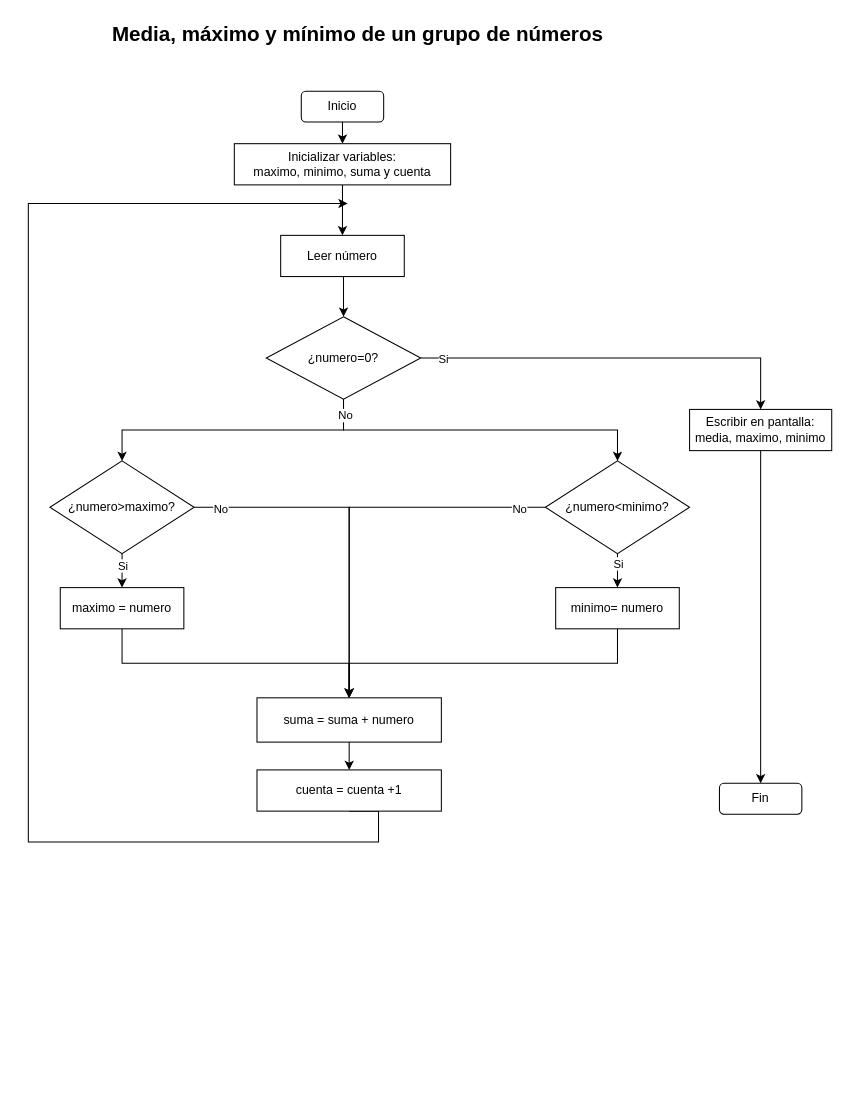
This is 01.-Introducción a la programacion/media_maximo_minimo.drawio from jesgargardon/Ejercicios_Java, a draw.io file, before an edit. Source tidied: cells renumbered, new cells numbered last; positions are measured from the earlier drawing's top-left corner, leaving out a move shared by most shapes. Both pictures are drawn from the tidied source at 103%, with x=0, y=0 at pixel (18, 18).
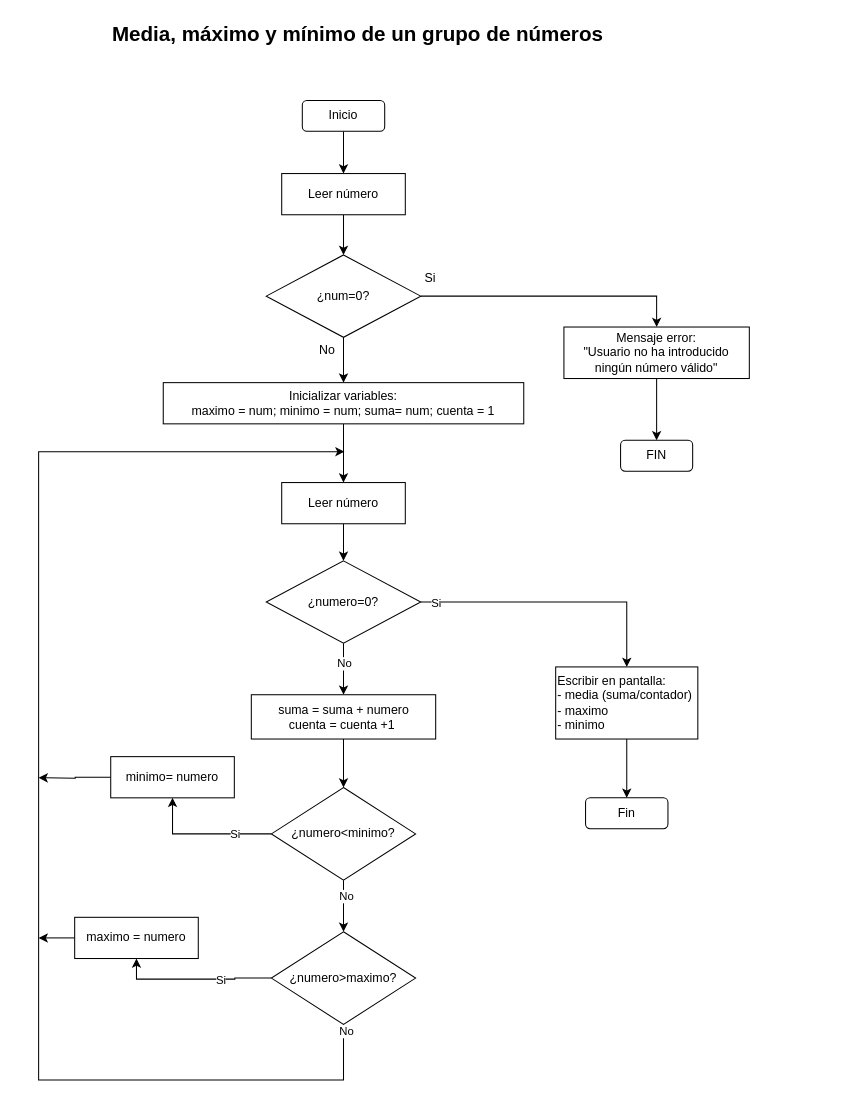
The same diagram, later.

What changed in the source:
```diff
@@
-    <mxCell id="2" style="edgeStyle=orthogonalEdgeStyle;rounded=0;jettySize=auto;html=1;exitX=0.5;exitY=1;exitDx=0;exitDy=0;entryX=0.5;entryY=0;entryDx=0;entryDy=0;" parent="1" edge="1" source="3" target="5">
+    <mxCell id="2" style="edgeStyle=orthogonalEdgeStyle;rounded=0;jettySize=auto;html=1;exitX=0.5;exitY=1;exitDx=0;exitDy=0;entryX=0.5;entryY=0;entryDx=0;entryDy=0;" parent="1" edge="1" source="3" target="47">
       <mxGeometry relative="1" as="geometry" />
     </mxCell>
     <mxCell id="3" value="Inicio" style="rounded=1;whiteSpace=wrap;html=1;" parent="1" vertex="1">
-      <mxGeometry x="275" y="71" width="80" height="30" as="geometry" />
+      <mxGeometry x="276" y="80" width="80" height="30" as="geometry" />
     </mxCell>
@@
+    <mxCell id="36" style="edgeStyle=orthogonalEdgeStyle;rounded=0;jettySize=auto;html=1;exitX=0.5;exitY=1;exitDx=0;exitDy=0;" parent="1" edge="1" source="47" target="46">
+      <mxGeometry relative="1" as="geometry" />
+    </mxCell>
-    <mxCell id="5" value="Inicializar variables:&lt;div&gt;maximo, minimo, suma y cuenta&lt;/div&gt;" style="rounded=0;whiteSpace=wrap;html=1;" parent="1" vertex="1">
-      <mxGeometry x="210" y="122" width="210" height="40" as="geometry" />
+    <mxCell id="5" value="Inicializar variables:&lt;div&gt;maximo = num; minimo = num; suma= num; cuenta = 1&lt;/div&gt;" style="rounded=0;whiteSpace=wrap;html=1;" parent="1" vertex="1">
+      <mxGeometry x="141" y="354" width="350" height="40" as="geometry" />
     </mxCell>
@@
     <mxCell id="7" value="Leer número" style="rounded=0;whiteSpace=wrap;html=1;" parent="1" vertex="1">
-      <mxGeometry x="255" y="211" width="120" height="40" as="geometry" />
+      <mxGeometry x="256" y="451" width="120" height="40" as="geometry" />
     </mxCell>
@@
-    <mxCell id="9" style="edgeStyle=orthogonalEdgeStyle;rounded=0;jettySize=auto;html=1;exitX=0.5;exitY=1;exitDx=0;exitDy=0;entryX=0.5;entryY=0;entryDx=0;entryDy=0;" parent="1" edge="1" source="14" target="19">
-      <mxGeometry relative="1" as="geometry" />
-    </mxCell>
-    <mxCell id="10" style="edgeStyle=orthogonalEdgeStyle;rounded=0;jettySize=auto;html=1;exitX=0.5;exitY=1;exitDx=0;exitDy=0;entryX=0.5;entryY=0;entryDx=0;entryDy=0;" parent="1" edge="1" source="14" target="24">
+    <mxCell id="10" style="edgeStyle=orthogonalEdgeStyle;rounded=0;jettySize=auto;html=1;exitX=0.5;exitY=1;exitDx=0;exitDy=0;entryX=0.5;entryY=0;entryDx=0;entryDy=0;" parent="1" edge="1" source="14" target="31">
       <mxGeometry relative="1" as="geometry" />
     </mxCell>
     <mxCell id="11" value="No" style="edgeLabel;html=1;align=center;verticalAlign=middle;" parent="10" vertex="1">
-      <mxGeometry x="-0.91" y="1" relative="1" as="geometry" />
+      <mxGeometry x="-0.91" y="1" relative="1" as="geometry">
+        <mxPoint x="-1" y="17" as="offset" />
+      </mxGeometry>
     </mxCell>
@@
     <mxCell id="14" value="¿numero=0?" style="rhombus;whiteSpace=wrap;html=1;" parent="1" vertex="1">
-      <mxGeometry x="241" y="290" width="150" height="80" as="geometry" />
+      <mxGeometry x="241" y="527" width="150" height="80" as="geometry" />
     </mxCell>
-    <mxCell id="15" style="edgeStyle=orthogonalEdgeStyle;rounded=0;jettySize=auto;html=1;exitX=0.5;exitY=1;exitDx=0;exitDy=0;entryX=0.5;entryY=0;entryDx=0;entryDy=0;" parent="1" edge="1" source="19" target="26">
+    <mxCell id="15" style="edgeStyle=orthogonalEdgeStyle;rounded=0;jettySize=auto;html=1;exitX=0;exitY=0.5;exitDx=0;exitDy=0;entryX=0.5;entryY=1;entryDx=0;entryDy=0;" parent="1" edge="1" source="19" target="26">
       <mxGeometry relative="1" as="geometry" />
     </mxCell>
@@
-    <mxCell id="17" style="edgeStyle=orthogonalEdgeStyle;rounded=0;jettySize=auto;html=1;exitX=1;exitY=0.5;exitDx=0;exitDy=0;entryX=0.5;entryY=0;entryDx=0;entryDy=0;" parent="1" edge="1" source="19" target="31">
-      <mxGeometry relative="1" as="geometry" />
-    </mxCell>
-    <mxCell id="18" value="No" style="edgeLabel;html=1;align=center;verticalAlign=middle;" parent="17" vertex="1">
-      <mxGeometry x="-0.85" y="-1" relative="1" as="geometry" />
-    </mxCell>
+    <mxCell id="37" style="edgeStyle=orthogonalEdgeStyle;rounded=0;jettySize=auto;html=1;exitX=0.5;exitY=1;exitDx=0;exitDy=0;" parent="1" edge="1" source="19">
+      <mxGeometry relative="1" as="geometry">
+        <mxPoint x="317" y="421" as="targetPoint" />
+        <Array as="points">
+          <mxPoint x="316" y="1031" />
+          <mxPoint x="20" y="1031" />
+          <mxPoint x="20" y="421" />
+        </Array>
+      </mxGeometry>
+    </mxCell>
+    <mxCell id="38" value="No" style="edgeLabel;html=1;align=center;verticalAlign=middle;" parent="37" vertex="1">
+      <mxGeometry x="-0.99" y="2" relative="1" as="geometry" />
+    </mxCell>
     <mxCell id="19" value="¿numero&amp;gt;maximo?" style="rhombus;whiteSpace=wrap;html=1;" parent="1" vertex="1">
-      <mxGeometry x="31" y="430" width="140" height="90" as="geometry" />
+      <mxGeometry x="246" y="887.1" width="140" height="90" as="geometry" />
     </mxCell>
-    <mxCell id="20" style="edgeStyle=orthogonalEdgeStyle;rounded=0;jettySize=auto;html=1;exitX=0.5;exitY=1;exitDx=0;exitDy=0;entryX=0.5;entryY=0;entryDx=0;entryDy=0;" parent="1" edge="1" source="24" target="28">
+    <mxCell id="20" style="edgeStyle=orthogonalEdgeStyle;rounded=0;jettySize=auto;html=1;exitX=0;exitY=0.5;exitDx=0;exitDy=0;entryX=0.5;entryY=1;entryDx=0;entryDy=0;" parent="1" edge="1" source="24" target="28">
       <mxGeometry relative="1" as="geometry" />
     </mxCell>
@@
-    <mxCell id="22" style="edgeStyle=orthogonalEdgeStyle;rounded=0;jettySize=auto;html=1;exitX=0;exitY=0.5;exitDx=0;exitDy=0;entryX=0.5;entryY=0;entryDx=0;entryDy=0;" parent="1" edge="1" source="24" target="31">
-      <mxGeometry relative="1" as="geometry" />
-    </mxCell>
-    <mxCell id="23" value="No" style="edgeLabel;html=1;align=center;verticalAlign=middle;" parent="22" vertex="1">
-      <mxGeometry x="-0.86" y="1" relative="1" as="geometry" />
-    </mxCell>
+    <mxCell id="39" style="edgeStyle=orthogonalEdgeStyle;rounded=0;jettySize=auto;html=1;exitX=0.5;exitY=1;exitDx=0;exitDy=0;entryX=0.5;entryY=0;entryDx=0;entryDy=0;" parent="1" edge="1" source="24" target="19">
+      <mxGeometry relative="1" as="geometry" />
+    </mxCell>
+    <mxCell id="40" value="No" style="edgeLabel;html=1;align=center;verticalAlign=middle;" parent="39" vertex="1">
+      <mxGeometry x="-0.39" y="2" relative="1" as="geometry" />
+    </mxCell>
     <mxCell id="24" value="¿numero&amp;lt;minimo?" style="rhombus;whiteSpace=wrap;html=1;" parent="1" vertex="1">
-      <mxGeometry x="512" y="430" width="140" height="90" as="geometry" />
+      <mxGeometry x="246" y="747.1" width="140" height="90" as="geometry" />
     </mxCell>
-    <mxCell id="25" style="edgeStyle=orthogonalEdgeStyle;rounded=0;jettySize=auto;html=1;exitX=0.5;exitY=1;exitDx=0;exitDy=0;entryX=0.5;entryY=0;entryDx=0;entryDy=0;" parent="1" edge="1" source="26" target="31">
-      <mxGeometry relative="1" as="geometry" />
-    </mxCell>
+    <mxCell id="41" style="edgeStyle=orthogonalEdgeStyle;rounded=0;jettySize=auto;html=1;exitX=0;exitY=0.5;exitDx=0;exitDy=0;" parent="1" edge="1" source="26">
+      <mxGeometry relative="1" as="geometry">
+        <mxPoint x="20" y="892.9" as="targetPoint" />
+      </mxGeometry>
+    </mxCell>
     <mxCell id="26" value="maximo = numero" style="rounded=0;whiteSpace=wrap;html=1;" parent="1" vertex="1">
-      <mxGeometry x="41" y="553" width="120" height="40" as="geometry" />
+      <mxGeometry x="55" y="873.1" width="120" height="40" as="geometry" />
     </mxCell>
-    <mxCell id="27" style="edgeStyle=orthogonalEdgeStyle;rounded=0;jettySize=auto;html=1;exitX=0.5;exitY=1;exitDx=0;exitDy=0;entryX=0.5;entryY=0;entryDx=0;entryDy=0;" parent="1" edge="1" source="28" target="31">
-      <mxGeometry relative="1" as="geometry" />
-    </mxCell>
+    <mxCell id="42" style="edgeStyle=orthogonalEdgeStyle;rounded=0;jettySize=auto;html=1;exitX=0;exitY=0.5;exitDx=0;exitDy=0;" parent="1" edge="1" source="28">
+      <mxGeometry relative="1" as="geometry">
+        <mxPoint x="20" y="737.6" as="targetPoint" />
+      </mxGeometry>
+    </mxCell>
     <mxCell id="28" value="minimo= numero" style="rounded=0;whiteSpace=wrap;html=1;" parent="1" vertex="1">
-      <mxGeometry x="522" y="553" width="120" height="40" as="geometry" />
+      <mxGeometry x="90" y="717.1" width="120" height="40" as="geometry" />
     </mxCell>
     <mxCell id="29" value="Fin" style="rounded=1;whiteSpace=wrap;html=1;" parent="1" vertex="1">
-      <mxGeometry x="681" y="743" width="80" height="30" as="geometry" />
+      <mxGeometry x="551" y="757.1" width="80" height="30" as="geometry" />
     </mxCell>
-    <mxCell id="30" style="edgeStyle=orthogonalEdgeStyle;rounded=0;jettySize=auto;html=1;exitX=0.5;exitY=1;exitDx=0;exitDy=0;entryX=0.5;entryY=0;entryDx=0;entryDy=0;" parent="1" edge="1" source="31" target="33">
-      <mxGeometry relative="1" as="geometry" />
-    </mxCell>
+    <mxCell id="43" style="edgeStyle=orthogonalEdgeStyle;rounded=0;jettySize=auto;html=1;exitX=0.5;exitY=1;exitDx=0;exitDy=0;entryX=0.5;entryY=0;entryDx=0;entryDy=0;" parent="1" edge="1" source="31" target="24">
+      <mxGeometry relative="1" as="geometry" />
+    </mxCell>
-    <mxCell id="31" value="suma = suma + numero" style="rounded=0;whiteSpace=wrap;html=1;" parent="1" vertex="1">
-      <mxGeometry x="232" y="660" width="179" height="43" as="geometry" />
+    <mxCell id="31" value="suma = suma + numero&lt;div&gt;cuenta = cuenta +1&amp;nbsp;&lt;/div&gt;" style="rounded=0;whiteSpace=wrap;html=1;" parent="1" vertex="1">
+      <mxGeometry x="226.5" y="657" width="179" height="43" as="geometry" />
     </mxCell>
-    <mxCell id="32" style="edgeStyle=orthogonalEdgeStyle;rounded=0;jettySize=auto;html=1;exitX=0.5;exitY=1;exitDx=0;exitDy=0;" parent="1" edge="1" source="33">
-      <mxGeometry relative="1" as="geometry">
-        <mxPoint x="320" y="180" as="targetPoint" />
-        <Array as="points">
-          <mxPoint x="350" y="800" />
-          <mxPoint x="10" y="800" />
-          <mxPoint x="10" y="180" />
-        </Array>
-      </mxGeometry>
-    </mxCell>
-    <mxCell id="33" value="cuenta = cuenta +1" style="rounded=0;whiteSpace=wrap;html=1;" parent="1" vertex="1">
-      <mxGeometry x="232" y="730" width="179" height="40" as="geometry" />
-    </mxCell>
@@
-    <mxCell id="35" value="Escribir en pantalla:&lt;div&gt;media, maximo, minimo&lt;/div&gt;" style="rounded=0;whiteSpace=wrap;html=1;" parent="1" vertex="1">
-      <mxGeometry x="652" y="380" width="138" height="40" as="geometry" />
+    <mxCell id="35" value="Escribir en pantalla:&lt;div&gt;-&amp;nbsp;&lt;span style=&quot;background-color: transparent; color: light-dark(rgb(0, 0, 0), rgb(255, 255, 255));&quot;&gt;media (suma/contador)&lt;/span&gt;&lt;/div&gt;&lt;div&gt;&lt;span style=&quot;background-color: transparent; color: light-dark(rgb(0, 0, 0), rgb(255, 255, 255));&quot;&gt;- maximo&lt;/span&gt;&lt;/div&gt;&lt;div&gt;&lt;span style=&quot;background-color: transparent; color: light-dark(rgb(0, 0, 0), rgb(255, 255, 255));&quot;&gt;- minimo&lt;/span&gt;&lt;/div&gt;" style="rounded=0;whiteSpace=wrap;html=1;align=left;" parent="1" vertex="1">
+      <mxGeometry x="522" y="630" width="138" height="70" as="geometry" />
     </mxCell>
+    <mxCell id="44" style="edgeStyle=orthogonalEdgeStyle;rounded=0;jettySize=auto;html=1;exitX=0.5;exitY=1;exitDx=0;exitDy=0;entryX=0.5;entryY=0;entryDx=0;entryDy=0;" parent="1" edge="1" source="46" target="5">
+      <mxGeometry relative="1" as="geometry" />
+    </mxCell>
+    <mxCell id="45" style="edgeStyle=orthogonalEdgeStyle;rounded=0;jettySize=auto;html=1;exitX=1;exitY=0.5;exitDx=0;exitDy=0;entryX=0.5;entryY=0;entryDx=0;entryDy=0;" parent="1" edge="1" source="46" target="49">
+      <mxGeometry relative="1" as="geometry" />
+    </mxCell>
+    <mxCell id="46" value="¿num=0?" style="rhombus;whiteSpace=wrap;html=1;" parent="1" vertex="1">
+      <mxGeometry x="241" y="230" width="150" height="80" as="geometry" />
+    </mxCell>
+    <mxCell id="47" value="Leer número" style="rounded=0;whiteSpace=wrap;html=1;" parent="1" vertex="1">
+      <mxGeometry x="256" y="151" width="120" height="40" as="geometry" />
+    </mxCell>
+    <mxCell id="48" style="edgeStyle=orthogonalEdgeStyle;rounded=0;jettySize=auto;html=1;exitX=0.5;exitY=1;exitDx=0;exitDy=0;entryX=0.5;entryY=0;entryDx=0;entryDy=0;" parent="1" edge="1" source="49" target="50">
+      <mxGeometry relative="1" as="geometry" />
+    </mxCell>
+    <mxCell id="49" value="Mensaje error:&lt;div&gt;&quot;Usuario no ha introducido ningún número válido&quot;&lt;/div&gt;" style="rounded=0;whiteSpace=wrap;html=1;" parent="1" vertex="1">
+      <mxGeometry x="530" y="300" width="180" height="50" as="geometry" />
+    </mxCell>
+    <mxCell id="50" value="FIN" style="rounded=1;whiteSpace=wrap;html=1;" parent="1" vertex="1">
+      <mxGeometry x="585" y="410" width="70" height="30" as="geometry" />
+    </mxCell>
+    <mxCell id="51" value="Si" style="text;html=1;align=center;verticalAlign=middle;strokeColor=none;fillColor=none;" parent="1" vertex="1">
+      <mxGeometry x="385" y="238" width="30" height="30" as="geometry" />
+    </mxCell>
+    <mxCell id="52" value="No" style="text;html=1;align=center;verticalAlign=middle;strokeColor=none;fillColor=none;" parent="1" vertex="1">
+      <mxGeometry x="280" y="308" width="40" height="30" as="geometry" />
+    </mxCell>
```
